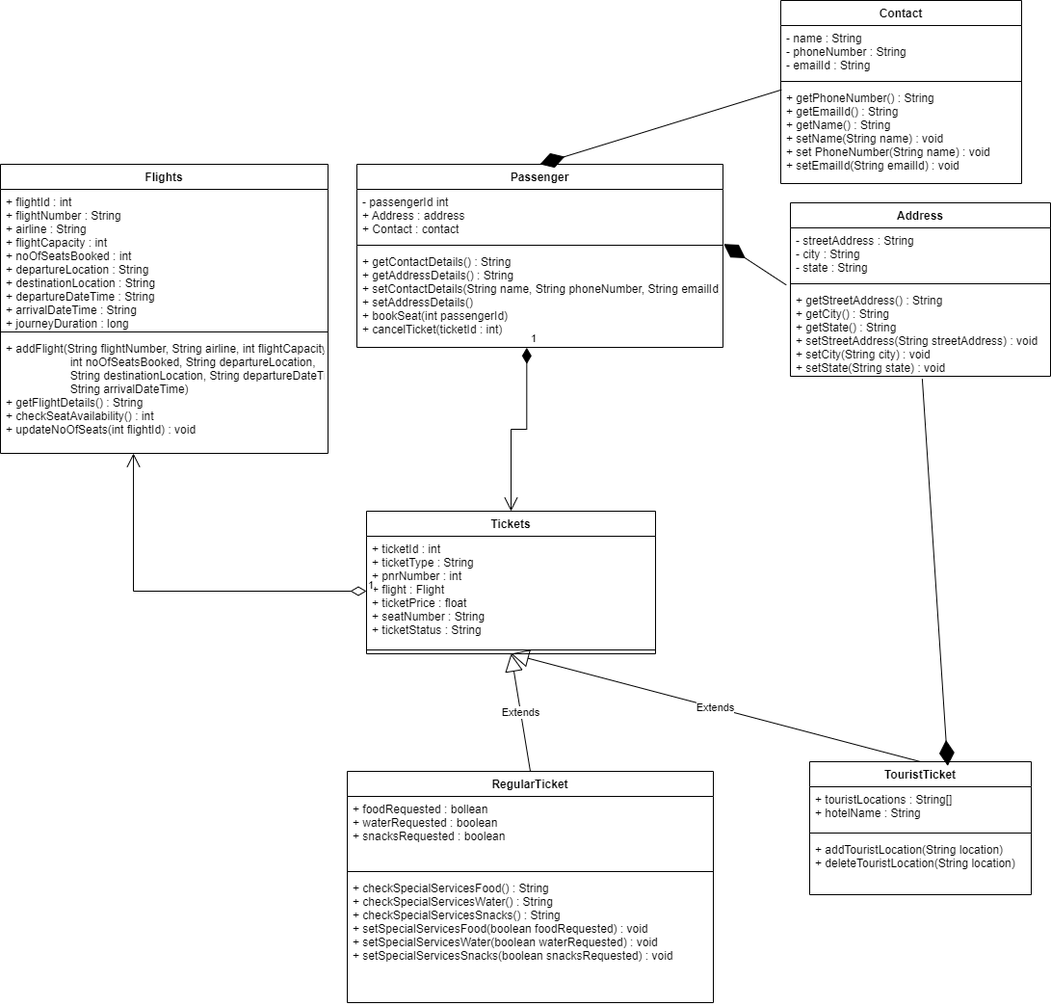
Above: Flight Reservation System.png in sanjujiji/FlightReservationSystem (draw.io), before the change. Source tidied: cells renumbered, new cells last; positions are measured from the earlier drawing's top-left corner, leaving out a move shared by most shapes.
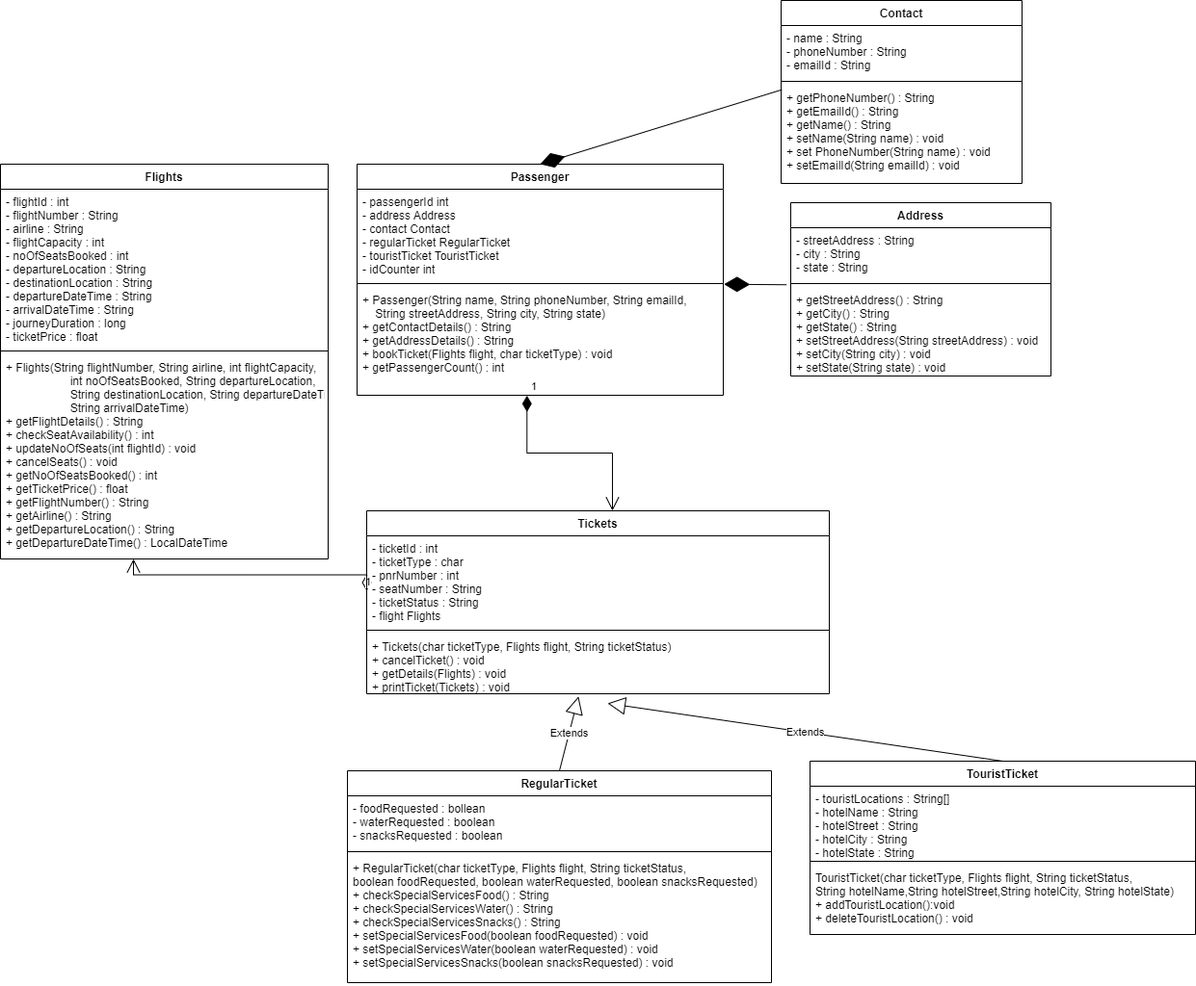
Later version of the same file.

Commit message:
Updates to the UML diagram with respect to the code

What changed in the source:
```diff
@@ -3,61 +3,52 @@
     <mxCell id="0" />
     <mxCell id="1" parent="0" />
     <mxCell id="2" value="Passenger" style="swimlane;fontStyle=1;align=center;verticalAlign=top;horizontal=1;startSize=26;" parent="1" vertex="1">
-      <mxGeometry x="370" y="170" width="380" height="190" as="geometry" />
+      <mxGeometry x="370" y="170" width="380" height="240" as="geometry" />
     </mxCell>
-    <mxCell id="3" value="- passengerId int&#10;+ Address : address&#10;+ Contact : contact" style="text;strokeColor=none;fillColor=none;align=left;verticalAlign=top;spacingLeft=4;spacingRight=4;overflow=hidden;points=[[0,0.5],[1,0.5]];portConstraint=eastwest;" parent="2" vertex="1">
-      <mxGeometry y="26" width="380" height="54" as="geometry" />
+    <mxCell id="3" value="- passengerId int&#10;- address Address&#10;- contact Contact&#10;- regularTicket RegularTicket&#10;- touristTicket TouristTicket&#10;- idCounter int" style="text;strokeColor=none;fillColor=none;align=left;verticalAlign=top;spacingLeft=4;spacingRight=4;overflow=hidden;points=[[0,0.5],[1,0.5]];portConstraint=eastwest;" parent="2" vertex="1">
+      <mxGeometry y="26" width="380" height="94" as="geometry" />
     </mxCell>
     <mxCell id="4" style="line;strokeWidth=1;fillColor=none;align=left;verticalAlign=middle;spacingTop=-1;spacingLeft=3;spacingRight=3;labelPosition=right;" parent="2" vertex="1">
-      <mxGeometry y="80" width="380" height="8" as="geometry" />
+      <mxGeometry y="120" width="380" height="8" as="geometry" />
     </mxCell>
-    <mxCell id="5" value="+ getContactDetails() : String&#10;+ getAddressDetails() : String&#10;+ setContactDetails(String name, String phoneNumber, String emailId) : void&#10;+ setAddressDetails()&#10;+ bookSeat(int passengerId)&#10;+ cancelTicket(ticketId : int)" style="text;strokeColor=none;fillColor=none;align=left;verticalAlign=top;spacingLeft=4;spacingRight=4;overflow=hidden;points=[[0,0.5],[1,0.5]];portConstraint=eastwest;" parent="2" vertex="1">
-      <mxGeometry y="88" width="380" height="102" as="geometry" />
+    <mxCell id="5" value="+ Passenger(String name, String phoneNumber, String emailId, &#10;    String streetAddress, String city, String state)&#10;+ getContactDetails() : String&#10;+ getAddressDetails() : String&#10;+ bookTicket(Flights flight, char ticketType) : void&#10;+ getPassengerCount() : int" style="text;strokeColor=none;fillColor=none;align=left;verticalAlign=top;spacingLeft=4;spacingRight=4;overflow=hidden;points=[[0,0.5],[1,0.5]];portConstraint=eastwest;" parent="2" vertex="1">
+      <mxGeometry y="128" width="380" height="112" as="geometry" />
     </mxCell>
     <mxCell id="6" value="Flights" style="swimlane;fontStyle=1;align=center;verticalAlign=top;horizontal=1;startSize=26;" parent="1" vertex="1">
-      <mxGeometry y="170" width="340" height="300" as="geometry" />
+      <mxGeometry y="170" width="340" height="410" as="geometry" />
     </mxCell>
-    <mxCell id="7" value="+ flightId : int&#10;+ flightNumber : String&#10;+ airline : String&#10;+ flightCapacity : int&#10;+ noOfSeatsBooked : int&#10;+ departureLocation : String&#10;+ destinationLocation : String&#10;+ departureDateTime : String&#10;+ arrivalDateTime : String&#10;+ journeyDuration : long" style="text;strokeColor=none;fillColor=none;align=left;verticalAlign=top;spacingLeft=4;spacingRight=4;overflow=hidden;" parent="6" vertex="1">
-      <mxGeometry y="26" width="340" height="144" as="geometry" />
+    <mxCell id="7" value="- flightId : int&#10;- flightNumber : String&#10;- airline : String&#10;- flightCapacity : int&#10;- noOfSeatsBooked : int&#10;- departureLocation : String&#10;- destinationLocation : String&#10;- departureDateTime : String&#10;- arrivalDateTime : String&#10;- journeyDuration : long&#10;- ticketPrice : float" style="text;strokeColor=none;fillColor=none;align=left;verticalAlign=top;spacingLeft=4;spacingRight=4;overflow=hidden;" parent="6" vertex="1">
+      <mxGeometry y="26" width="340" height="164" as="geometry" />
     </mxCell>
     <mxCell id="8" style="line;strokeWidth=1;fillColor=none;align=left;verticalAlign=middle;spacingTop=-1;spacingLeft=3;spacingRight=3;labelPosition=right;" parent="6" vertex="1">
-      <mxGeometry y="170" width="340" height="8" as="geometry" />
+      <mxGeometry y="190" width="340" height="8" as="geometry" />
     </mxCell>
-    <mxCell id="9" value="+ addFlight(String flightNumber, String airline, int flightCapacity,&#10;                    int noOfSeatsBooked, String departureLocation,&#10;                    String destinationLocation, String departureDateTime,&#10;                    String arrivalDateTime)&#10;+ getFlightDetails() : String&#10;+ checkSeatAvailability() : int&#10;+ updateNoOfSeats(int flightId) : void" style="text;strokeColor=none;fillColor=none;align=left;verticalAlign=top;spacingLeft=4;spacingRight=4;overflow=hidden;points=[[0,0.5],[1,0.5]];portConstraint=eastwest;" parent="6" vertex="1">
-      <mxGeometry y="178" width="340" height="122" as="geometry" />
+    <mxCell id="9" value="+ Flights(String flightNumber, String airline, int flightCapacity,&#10;                    int noOfSeatsBooked, String departureLocation,&#10;                    String destinationLocation, String departureDateTime,&#10;                    String arrivalDateTime)&#10;+ getFlightDetails() : String&#10;+ checkSeatAvailability() : int&#10;+ updateNoOfSeats(int flightId) : void&#10;+ cancelSeats() : void&#10;+ getNoOfSeatsBooked() : int&#10;+ getTicketPrice() : float&#10;+ getFlightNumber() : String&#10;+ getAirline() : String&#10;+ getDepartureLocation() : String&#10;+ getDepartureDateTime() : LocalDateTime&#10; &#10;" style="text;strokeColor=none;fillColor=none;align=left;verticalAlign=top;spacingLeft=4;spacingRight=4;overflow=hidden;points=[[0,0.5],[1,0.5]];portConstraint=eastwest;" parent="6" vertex="1">
+      <mxGeometry y="198" width="340" height="212" as="geometry" />
     </mxCell>
-    <mxCell id="10" value="Tickets" style="swimlane;fontStyle=1;align=center;verticalAlign=top;horizontal=1;startSize=26;" parent="1" vertex="1">
-      <mxGeometry x="380" y="530" width="300" height="148" as="geometry" />
-    </mxCell>
-    <mxCell id="11" value="+ ticketId : int&#10;+ ticketType : String&#10;+ pnrNumber : int&#10;+ flight : Flight&#10;+ ticketPrice : float&#10;+ seatNumber : String&#10;+ ticketStatus : String&#10;" style="text;strokeColor=none;fillColor=none;align=left;verticalAlign=top;spacingLeft=4;spacingRight=4;overflow=hidden;points=[[0,0.5],[1,0.5]];portConstraint=eastwest;" parent="10" vertex="1">
-      <mxGeometry y="26" width="300" height="114" as="geometry" />
-    </mxCell>
-    <mxCell id="12" style="line;strokeWidth=1;fillColor=none;align=left;verticalAlign=middle;spacingTop=-1;spacingLeft=3;spacingRight=3;labelPosition=right;" parent="10" vertex="1">
-      <mxGeometry y="140" width="300" height="8" as="geometry" />
-    </mxCell>
     <mxCell id="13" value="RegularTicket" style="swimlane;fontStyle=1;align=center;verticalAlign=top;horizontal=1;startSize=26;" parent="1" vertex="1">
-      <mxGeometry x="360" y="800" width="380" height="240" as="geometry" />
+      <mxGeometry x="360" y="800" width="440" height="220" as="geometry" />
     </mxCell>
-    <mxCell id="14" value="+ foodRequested : bollean&#10;+ waterRequested : boolean&#10;+ snacksRequested : boolean&#10;" style="text;strokeColor=none;fillColor=none;align=left;verticalAlign=top;spacingLeft=4;spacingRight=4;overflow=hidden;" parent="13" vertex="1">
-      <mxGeometry y="26" width="380" height="74" as="geometry" />
+    <mxCell id="14" value="- foodRequested : bollean&#10;- waterRequested : boolean&#10;- snacksRequested : boolean&#10;" style="text;strokeColor=none;fillColor=none;align=left;verticalAlign=top;spacingLeft=4;spacingRight=4;overflow=hidden;" parent="13" vertex="1">
+      <mxGeometry y="26" width="440" height="54" as="geometry" />
     </mxCell>
     <mxCell id="15" style="line;strokeWidth=1;fillColor=none;align=left;verticalAlign=middle;spacingTop=-1;spacingLeft=3;spacingRight=3;labelPosition=right;" parent="13" vertex="1">
-      <mxGeometry y="100" width="380" height="8" as="geometry" />
+      <mxGeometry y="80" width="440" height="8" as="geometry" />
     </mxCell>
-    <mxCell id="16" value="+ checkSpecialServicesFood() : String&#10;+ checkSpecialServicesWater() : String&#10;+ checkSpecialServicesSnacks() : String&#10;+ setSpecialServicesFood(boolean foodRequested) : void&#10;+ setSpecialServicesWater(boolean waterRequested) : void&#10;+ setSpecialServicesSnacks(boolean snacksRequested) : void" style="text;strokeColor=none;fillColor=none;align=left;verticalAlign=top;spacingLeft=4;spacingRight=4;overflow=hidden;" parent="13" vertex="1">
-      <mxGeometry y="108" width="380" height="132" as="geometry" />
+    <mxCell id="16" value="+ RegularTicket(char ticketType, Flights flight, String ticketStatus,&#10;boolean foodRequested, boolean waterRequested, boolean snacksRequested)&#10;+ checkSpecialServicesFood() : String&#10;+ checkSpecialServicesWater() : String&#10;+ checkSpecialServicesSnacks() : String&#10;+ setSpecialServicesFood(boolean foodRequested) : void&#10;+ setSpecialServicesWater(boolean waterRequested) : void    &#10;+ setSpecialServicesSnacks(boolean snacksRequested) : void" style="text;strokeColor=none;fillColor=none;align=left;verticalAlign=top;spacingLeft=4;spacingRight=4;overflow=hidden;" parent="13" vertex="1">
+      <mxGeometry y="88" width="440" height="132" as="geometry" />
     </mxCell>
     <mxCell id="17" value="TouristTicket" style="swimlane;fontStyle=1;align=center;verticalAlign=top;horizontal=1;startSize=26;" parent="1" vertex="1">
-      <mxGeometry x="840" y="790" width="230" height="138" as="geometry" />
+      <mxGeometry x="840" y="790" width="400" height="180" as="geometry" />
     </mxCell>
-    <mxCell id="18" value="+ touristLocations : String[]&#10;+ hotelName : String" style="text;strokeColor=none;fillColor=none;align=left;verticalAlign=top;spacingLeft=4;spacingRight=4;overflow=hidden;" parent="17" vertex="1">
-      <mxGeometry y="26" width="230" height="44" as="geometry" />
+    <mxCell id="18" value="- touristLocations : String[]&#10;- hotelName : String&#10;- hotelStreet : String&#10;- hotelCity : String&#10;- hotelState : String&#10;" style="text;strokeColor=none;fillColor=none;align=left;verticalAlign=top;spacingLeft=4;spacingRight=4;overflow=hidden;" parent="17" vertex="1">
+      <mxGeometry y="26" width="400" height="74" as="geometry" />
     </mxCell>
     <mxCell id="19" style="line;strokeWidth=1;fillColor=none;align=left;verticalAlign=middle;spacingTop=-1;spacingLeft=3;spacingRight=3;labelPosition=right;" parent="17" vertex="1">
-      <mxGeometry y="70" width="230" height="8" as="geometry" />
+      <mxGeometry y="100" width="400" height="8" as="geometry" />
     </mxCell>
-    <mxCell id="20" value="+ addTouristLocation(String location)&#10;+ deleteTouristLocation(String location)" style="text;strokeColor=none;fillColor=none;align=left;verticalAlign=top;spacingLeft=4;spacingRight=4;overflow=hidden;" parent="17" vertex="1">
-      <mxGeometry y="78" width="230" height="60" as="geometry" />
+    <mxCell id="20" value="TouristTicket(char ticketType, Flights flight, String ticketStatus,&#10;String hotelName,String hotelStreet,String hotelCity, String hotelState)&#10;+ addTouristLocation():void&#10;+ deleteTouristLocation() : void" style="text;strokeColor=none;fillColor=none;align=left;verticalAlign=top;spacingLeft=4;spacingRight=4;overflow=hidden;" parent="17" vertex="1">
+      <mxGeometry y="108" width="400" height="72" as="geometry" />
     </mxCell>
     <mxCell id="21" value="Address" style="swimlane;fontStyle=1;align=center;verticalAlign=top;horizontal=1;startSize=26;" parent="1" vertex="1">
       <mxGeometry x="820" y="210" width="270" height="180" as="geometry" />
@@ -71,20 +62,26 @@
     <mxCell id="24" value="+ getStreetAddress() : String&#10;+ getCity() : String&#10;+ getState() : String&#10;+ setStreetAddress(String streetAddress) : void&#10;+ setCity(String city) : void&#10;+ setState(String state) : void" style="text;strokeColor=none;fillColor=none;align=left;verticalAlign=top;spacingLeft=4;spacingRight=4;overflow=hidden;points=[[0,0.5],[1,0.5]];portConstraint=eastwest;" parent="21" vertex="1">
       <mxGeometry y="88" width="270" height="92" as="geometry" />
     </mxCell>
-    <mxCell id="25" value="Extends" style="endArrow=block;endSize=16;endFill=0;html=1;rounded=0;exitX=0.5;exitY=0;exitDx=0;exitDy=0;entryX=0.5;entryY=1;entryDx=0;entryDy=0;" parent="1" edge="1" source="13" target="10">
+    <mxCell id="25" value="Extends" style="endArrow=block;endSize=16;endFill=0;html=1;rounded=0;exitX=0.5;exitY=0;exitDx=0;exitDy=0;entryX=0.458;entryY=1.045;entryDx=0;entryDy=0;entryPerimeter=0;" parent="1" edge="1" source="13" target="38">
       <mxGeometry relative="1" as="geometry" />
     </mxCell>
-    <mxCell id="26" value="Extends" style="endArrow=block;endSize=16;endFill=0;html=1;rounded=0;exitX=0.5;exitY=0;exitDx=0;exitDy=0;entryX=0.5;entryY=1;entryDx=0;entryDy=0;" parent="1" edge="1" source="17" target="10">
-      <mxGeometry relative="1" as="geometry" />
+    <mxCell id="26" value="Extends" style="endArrow=block;endSize=16;endFill=0;html=1;rounded=0;exitX=0.5;exitY=0;exitDx=0;exitDy=0;" parent="1" edge="1" source="17">
+      <mxGeometry relative="1" as="geometry">
+        <mxPoint x="630" y="730" as="targetPoint" />
+      </mxGeometry>
     </mxCell>
     <mxCell id="27" style="endArrow=diamondThin;endFill=1;endSize=24;html=1;rounded=0;exitX=-0.016;exitY=-0.03;exitDx=0;exitDy=0;exitPerimeter=0;entryX=1.002;entryY=1.05;entryDx=0;entryDy=0;entryPerimeter=0;" parent="1" edge="1" source="24" target="3">
       <mxGeometry relative="1" as="geometry" />
     </mxCell>
-    <mxCell id="28" value="1" style="endArrow=open;html=1;endSize=12;startArrow=diamondThin;startSize=14;startFill=0;edgeStyle=orthogonalEdgeStyle;align=left;verticalAlign=bottom;rounded=0;entryX=0.406;entryY=1;entryDx=0;entryDy=0;entryPerimeter=0;exitX=0;exitY=0.5;exitDx=0;exitDy=0;" parent="1" edge="1" source="11" target="9">
-      <mxGeometry x="-1" y="3" relative="1" as="geometry" />
+    <mxCell id="28" value="1" style="endArrow=open;html=1;endSize=12;startArrow=diamondThin;startSize=14;startFill=0;edgeStyle=orthogonalEdgeStyle;align=left;verticalAlign=bottom;rounded=0;entryX=0.406;entryY=1;entryDx=0;entryDy=0;entryPerimeter=0;exitX=0;exitY=0.5;exitDx=0;exitDy=0;" parent="1" edge="1" target="9">
+      <mxGeometry x="-1" y="3" relative="1" as="geometry">
+        <mxPoint x="380" y="613" as="sourcePoint" />
+      </mxGeometry>
     </mxCell>
-    <mxCell id="29" value="1" style="endArrow=open;html=1;endSize=12;startArrow=diamondThin;startSize=14;startFill=1;edgeStyle=orthogonalEdgeStyle;align=left;verticalAlign=bottom;rounded=0;exitX=0.464;exitY=1.003;exitDx=0;exitDy=0;exitPerimeter=0;" parent="1" edge="1" source="5" target="10">
-      <mxGeometry x="-1" y="3" relative="1" as="geometry" />
+    <mxCell id="29" value="1" style="endArrow=open;html=1;endSize=12;startArrow=diamondThin;startSize=14;startFill=1;edgeStyle=orthogonalEdgeStyle;align=left;verticalAlign=bottom;rounded=0;exitX=0.464;exitY=1.003;exitDx=0;exitDy=0;exitPerimeter=0;" parent="1" edge="1" source="5">
+      <mxGeometry x="-1" y="3" relative="1" as="geometry">
+        <mxPoint x="635" y="530" as="targetPoint" />
+      </mxGeometry>
     </mxCell>
     <mxCell id="30" value="Contact" style="swimlane;fontStyle=1;align=center;verticalAlign=top;horizontal=1;startSize=26;" parent="1" vertex="1">
       <mxGeometry x="810" width="250" height="190" as="geometry" />
@@ -101,8 +98,17 @@
     <mxCell id="34" style="endArrow=diamondThin;endFill=1;endSize=24;html=1;rounded=0;entryX=0.5;entryY=0;entryDx=0;entryDy=0;exitX=0.003;exitY=0.046;exitDx=0;exitDy=0;exitPerimeter=0;" parent="1" edge="1" source="33" target="2">
       <mxGeometry relative="1" as="geometry" />
     </mxCell>
-    <mxCell id="35" style="endArrow=diamondThin;endFill=1;endSize=24;html=1;rounded=0;entryX=0.623;entryY=0.032;entryDx=0;entryDy=0;entryPerimeter=0;exitX=0.507;exitY=1.03;exitDx=0;exitDy=0;exitPerimeter=0;" parent="1" edge="1" source="24" target="17">
-      <mxGeometry relative="1" as="geometry" />
-    </mxCell>
+    <mxCell id="10" value="Tickets" style="swimlane;fontStyle=1;align=center;verticalAlign=top;horizontal=1;startSize=26;" parent="1" vertex="1">
+      <mxGeometry x="380" y="530" width="480" height="190" as="geometry" />
+    </mxCell>
+    <mxCell id="36" value="- ticketId : int&#10;- ticketType : char&#10;- pnrNumber : int&#10;- seatNumber : String&#10;- ticketStatus : String&#10;- flight Flights&#10;" style="text;strokeColor=none;fillColor=none;align=left;verticalAlign=top;spacingLeft=4;spacingRight=4;overflow=hidden;" parent="10" vertex="1">
+      <mxGeometry y="26" width="480" height="94" as="geometry" />
+    </mxCell>
+    <mxCell id="37" style="line;strokeWidth=1;fillColor=none;align=left;verticalAlign=middle;spacingTop=-1;spacingLeft=3;spacingRight=3;labelPosition=right;" parent="10" vertex="1">
+      <mxGeometry y="120" width="480" height="8" as="geometry" />
+    </mxCell>
+    <mxCell id="38" value="+ Tickets(char ticketType, Flights flight, String ticketStatus)&#10;+ cancelTicket() : void&#10;+ getDetails(Flights) : void&#10;+ printTicket(Tickets) : void &#10;" style="text;strokeColor=none;fillColor=none;align=left;verticalAlign=top;spacingLeft=4;spacingRight=4;overflow=hidden;points=[[0,0.5],[1,0.5]];portConstraint=eastwest;" parent="10" vertex="1">
+      <mxGeometry y="128" width="480" height="62" as="geometry" />
+    </mxCell>
   </root>
 </mxGraphModel>
```
